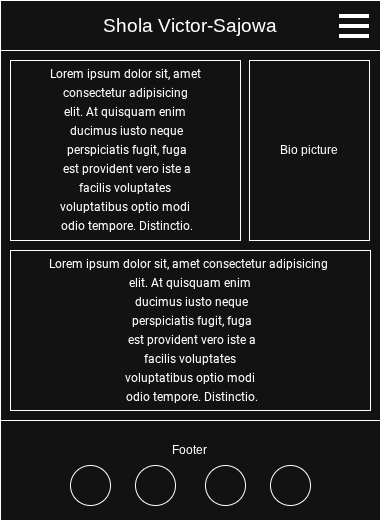
Above: wireframes/about-html.drawio.png in DeoluVS/q1-coursework-codeinstitute (draw.io), before the change. Source tidied: cells renumbered, new cells last; positions are measured from the earlier drawing's top-left corner, leaving out a move shared by most shapes. Its diagram source:
```xml
<mxGraphModel>
  <root>
    <mxCell id="0" />
    <mxCell id="1" parent="0" />
    <mxCell id="2" style="rounded=0;whiteSpace=wrap;html=1;" parent="1" vertex="1">
      <mxGeometry width="380" height="50" as="geometry" />
    </mxCell>
    <mxCell id="3" value="&lt;font style=&quot;font-size: 19px;&quot;&gt;Shola Victor-Sajowa&lt;/font&gt;" style="text;html=1;align=center;verticalAlign=middle;whiteSpace=wrap;rounded=0;" parent="1" vertex="1">
      <mxGeometry x="60" y="10" width="260" height="30" as="geometry" />
    </mxCell>
    <mxCell id="4" style="group;" parent="1" vertex="1">
      <mxGeometry x="339" y="16" width="30" height="20" as="geometry" />
    </mxCell>
    <mxCell id="5" style="endArrow=none;html=1;rounded=0;strokeWidth=4;" parent="4" edge="1">
      <mxGeometry relative="1" as="geometry">
        <mxPoint as="sourcePoint" />
        <mxPoint x="30" as="targetPoint" />
      </mxGeometry>
    </mxCell>
    <mxCell id="6" style="endArrow=none;html=1;rounded=0;strokeWidth=4;" parent="4" edge="1">
      <mxGeometry relative="1" as="geometry">
        <mxPoint y="20" as="sourcePoint" />
        <mxPoint x="30" y="20" as="targetPoint" />
      </mxGeometry>
    </mxCell>
    <mxCell id="7" style="endArrow=none;html=1;rounded=0;strokeWidth=4;" parent="4" edge="1">
      <mxGeometry relative="1" as="geometry">
        <mxPoint y="10" as="sourcePoint" />
        <mxPoint x="30" y="10" as="targetPoint" />
      </mxGeometry>
    </mxCell>
    <mxCell id="8" style="rounded=0;whiteSpace=wrap;html=1;" parent="1" vertex="1">
      <mxGeometry y="50" width="380" height="370" as="geometry" />
    </mxCell>
    <mxCell id="9" value="Bio picture" style="rounded=0;whiteSpace=wrap;html=1;" parent="1" vertex="1">
      <mxGeometry x="249" y="60" width="120" height="180" as="geometry" />
    </mxCell>
    <mxCell id="10" value="&lt;pre style=&quot;line-height: 19px;&quot;&gt;&lt;span&gt;&lt;font style=&quot;color: light-dark(rgb(204, 204, 204), rgb(255, 255, 255));&quot;&gt;Lorem ipsum dolor sit, amet&lt;br&gt; consectetur adipisicing &lt;br&gt;elit. At quisquam enim&lt;br&gt; ducimus iusto neque&lt;br&gt; perspiciatis fugit, fuga&lt;br&gt; est provident vero iste a&lt;br&gt; facilis voluptates &lt;br&gt;voluptatibus optio modi&lt;br&gt; odio tempore. Distinctio.&lt;/font&gt;&lt;/span&gt;&lt;/pre&gt;" style="rounded=0;whiteSpace=wrap;html=1;" parent="1" vertex="1">
      <mxGeometry x="10" y="60" width="230" height="180" as="geometry" />
    </mxCell>
    <mxCell id="11" style="rounded=0;whiteSpace=wrap;html=1;" parent="1" vertex="1">
      <mxGeometry y="420" width="380" height="100" as="geometry" />
    </mxCell>
    <mxCell id="12" value="Footer" style="text;html=1;align=center;verticalAlign=middle;whiteSpace=wrap;rounded=0;" parent="1" vertex="1">
      <mxGeometry x="159" y="435" width="60" height="30" as="geometry" />
    </mxCell>
    <mxCell id="13" style="ellipse;whiteSpace=wrap;html=1;" parent="1" vertex="1">
      <mxGeometry x="70" y="465" width="40" height="40" as="geometry" />
    </mxCell>
    <mxCell id="14" style="ellipse;whiteSpace=wrap;html=1;" parent="1" vertex="1">
      <mxGeometry x="135" y="465" width="40" height="40" as="geometry" />
    </mxCell>
    <mxCell id="15" style="ellipse;whiteSpace=wrap;html=1;" parent="1" vertex="1">
      <mxGeometry x="270" y="465" width="40" height="40" as="geometry" />
    </mxCell>
    <mxCell id="16" style="ellipse;whiteSpace=wrap;html=1;" parent="1" vertex="1">
      <mxGeometry x="205" y="465" width="40" height="40" as="geometry" />
    </mxCell>
    <mxCell id="17" value="&lt;pre style=&quot;line-height: 19px;&quot;&gt;&lt;span&gt;&lt;font style=&quot;color: light-dark(rgb(204, 204, 204), rgb(255, 255, 255));&quot;&gt;Lorem ipsum dolor sit, amet consectetur adipisicing &lt;br&gt;elit. At quisquam enim&lt;br&gt; ducimus iusto neque&lt;br&gt; perspiciatis fugit, fuga&lt;br&gt; est provident vero iste a&lt;br&gt; facilis voluptates &lt;br&gt;voluptatibus optio modi&lt;br&gt; odio tempore. Distinctio.&lt;/font&gt;&lt;/span&gt;&lt;/pre&gt;" style="rounded=0;whiteSpace=wrap;html=1;" parent="1" vertex="1">
      <mxGeometry x="10" y="250" width="360" height="160" as="geometry" />
    </mxCell>
  </root>
</mxGraphModel>
```
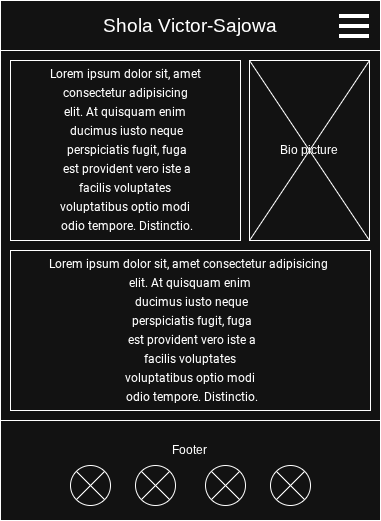
The same file after the commit.

Change to the diagram source:
```diff
@@ -59,5 +59,35 @@
     <mxCell id="17" value="&lt;pre style=&quot;line-height: 19px;&quot;&gt;&lt;span&gt;&lt;font style=&quot;color: light-dark(rgb(204, 204, 204), rgb(255, 255, 255));&quot;&gt;Lorem ipsum dolor sit, amet consectetur adipisicing &lt;br&gt;elit. At quisquam enim&lt;br&gt; ducimus iusto neque&lt;br&gt; perspiciatis fugit, fuga&lt;br&gt; est provident vero iste a&lt;br&gt; facilis voluptates &lt;br&gt;voluptatibus optio modi&lt;br&gt; odio tempore. Distinctio.&lt;/font&gt;&lt;/span&gt;&lt;/pre&gt;" style="rounded=0;whiteSpace=wrap;html=1;" parent="1" vertex="1">
       <mxGeometry x="10" y="250" width="360" height="160" as="geometry" />
     </mxCell>
+    <mxCell id="18" style="endArrow=none;html=1;rounded=0;exitX=0;exitY=0;exitDx=0;exitDy=0;entryX=1;entryY=1;entryDx=0;entryDy=0;" parent="1" edge="1" source="9" target="9">
+      <mxGeometry relative="1" as="geometry" />
+    </mxCell>
+    <mxCell id="19" style="endArrow=none;html=1;rounded=0;exitX=0;exitY=1;exitDx=0;exitDy=0;entryX=1;entryY=0;entryDx=0;entryDy=0;" parent="1" edge="1" source="9" target="9">
+      <mxGeometry relative="1" as="geometry" />
+    </mxCell>
+    <mxCell id="20" style="endArrow=none;html=1;rounded=0;exitX=0;exitY=1;exitDx=0;exitDy=0;entryX=1;entryY=0;entryDx=0;entryDy=0;" parent="1" edge="1" source="13" target="13">
+      <mxGeometry relative="1" as="geometry" />
+    </mxCell>
+    <mxCell id="21" style="rounded=0;orthogonalLoop=1;jettySize=auto;html=1;exitX=0;exitY=0;exitDx=0;exitDy=0;entryX=1;entryY=1;entryDx=0;entryDy=0;endArrow=none;endFill=0;" parent="1" edge="1" source="13" target="13">
+      <mxGeometry relative="1" as="geometry" />
+    </mxCell>
+    <mxCell id="22" style="rounded=0;orthogonalLoop=1;jettySize=auto;html=1;exitX=0;exitY=0;exitDx=0;exitDy=0;entryX=1;entryY=1;entryDx=0;entryDy=0;endArrow=none;endFill=0;" parent="1" edge="1" source="14" target="14">
+      <mxGeometry relative="1" as="geometry" />
+    </mxCell>
+    <mxCell id="23" style="rounded=0;orthogonalLoop=1;jettySize=auto;html=1;exitX=0;exitY=1;exitDx=0;exitDy=0;entryX=1;entryY=0;entryDx=0;entryDy=0;endArrow=none;endFill=0;" parent="1" edge="1" source="14" target="14">
+      <mxGeometry relative="1" as="geometry" />
+    </mxCell>
+    <mxCell id="24" style="rounded=0;orthogonalLoop=1;jettySize=auto;html=1;exitX=0;exitY=0;exitDx=0;exitDy=0;entryX=1;entryY=1;entryDx=0;entryDy=0;endArrow=none;endFill=0;" parent="1" edge="1" source="16" target="16">
+      <mxGeometry relative="1" as="geometry" />
+    </mxCell>
+    <mxCell id="25" style="rounded=0;orthogonalLoop=1;jettySize=auto;html=1;exitX=0;exitY=1;exitDx=0;exitDy=0;entryX=1;entryY=0;entryDx=0;entryDy=0;endArrow=none;endFill=0;" parent="1" edge="1" source="16" target="16">
+      <mxGeometry relative="1" as="geometry" />
+    </mxCell>
+    <mxCell id="26" style="rounded=0;orthogonalLoop=1;jettySize=auto;html=1;exitX=0;exitY=0;exitDx=0;exitDy=0;entryX=1;entryY=1;entryDx=0;entryDy=0;endArrow=none;endFill=0;" parent="1" edge="1" source="15" target="15">
+      <mxGeometry relative="1" as="geometry" />
+    </mxCell>
+    <mxCell id="27" style="rounded=0;orthogonalLoop=1;jettySize=auto;html=1;exitX=0;exitY=1;exitDx=0;exitDy=0;entryX=1;entryY=0;entryDx=0;entryDy=0;endArrow=none;endFill=0;" parent="1" edge="1" source="15" target="15">
+      <mxGeometry relative="1" as="geometry" />
+    </mxCell>
   </root>
 </mxGraphModel>
```
